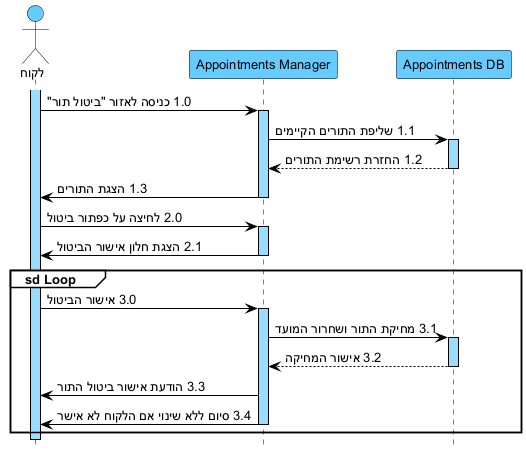
This is docs/diagrams/png/06-seq-suc06-ביטול-תור.png from arielkaplan20/GOLDEN_HAIR_SALOAN, a PlantUML export, as it was before one commit.
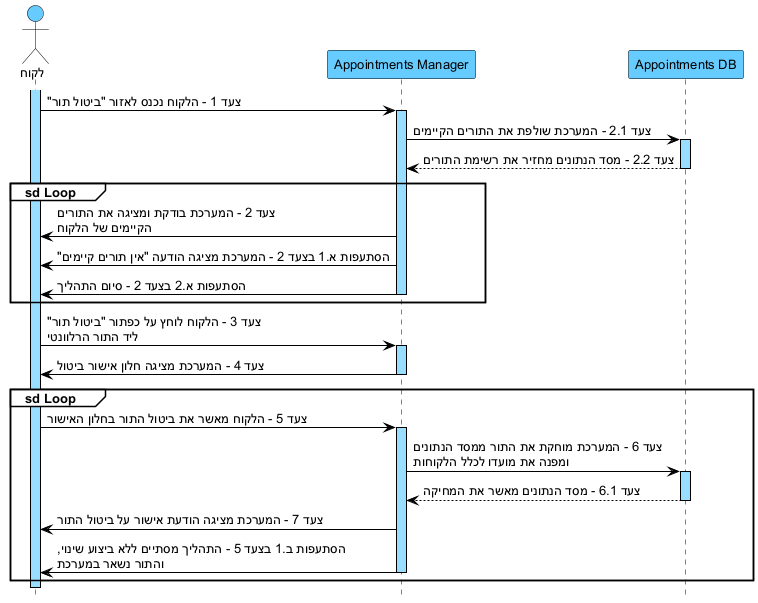
The same file after the commit.

Change to the diagram source:
```diff
@@ -24,29 +24,34 @@
 participant "Appointments DB" as DB
 
 activate C
-C -> AM : 1.0 כניסה לאזור "ביטול תור"
+C -> AM : צעד 1 - הלקוח נכנס לאזור "ביטול תור"
 activate AM
-AM -> DB : 1.1 שליפת התורים הקיימים
+AM -> DB : צעד 2.1 - המערכת שולפת את התורים הקיימים
 activate DB
-DB --> AM : 1.2 החזרת רשימת התורים
+DB --> AM : צעד 2.2 - מסד הנתונים מחזיר את רשימת התורים
 deactivate DB
-AM -> C : 1.3 הצגת התורים
+
+group sd Loop
+AM -> C : צעד 2 - המערכת בודקת ומציגה את התורים\nהקיימים של הלקוח
+AM -> C : הסתעפות א.1 בצעד 2 - המערכת מציגה הודעה "אין תורים קיימים"
+AM -> C : הסתעפות א.2 בצעד 2 - סיום התהליך
 deactivate AM
+end
 
-C -> AM : 2.0 לחיצה על כפתור ביטול
+C -> AM : צעד 3 - הלקוח לוחץ על כפתור "ביטול תור"\nליד התור הרלוונטי
 activate AM
-AM -> C : 2.1 הצגת חלון אישור הביטול
+AM -> C : צעד 4 - המערכת מציגה חלון אישור ביטול
 deactivate AM
 
 group sd Loop
-C -> AM : 3.0 אישור הביטול
+C -> AM : צעד 5 - הלקוח מאשר את ביטול התור בחלון האישור
 activate AM
-AM -> DB : 3.1 מחיקת התור ושחרור המועד
+AM -> DB : צעד 6 - המערכת מוחקת את התור ממסד הנתונים\nומפנה את מועדו לכלל הלקוחות
 activate DB
-DB --> AM : 3.2 אישור המחיקה
+DB --> AM : צעד 6.1 - מסד הנתונים מאשר את המחיקה
 deactivate DB
-AM -> C : 3.3 הודעת אישור ביטול התור
-AM -> C : 3.4 סיום ללא שינוי אם הלקוח לא אישר
+AM -> C : צעד 7 - המערכת מציגה הודעת אישור על ביטול התור
+AM -> C : הסתעפות ב.1 בצעד 5 - התהליך מסתיים ללא ביצוע שינוי,\nוהתור נשאר במערכת
 deactivate AM
 end
 deactivate C
```
